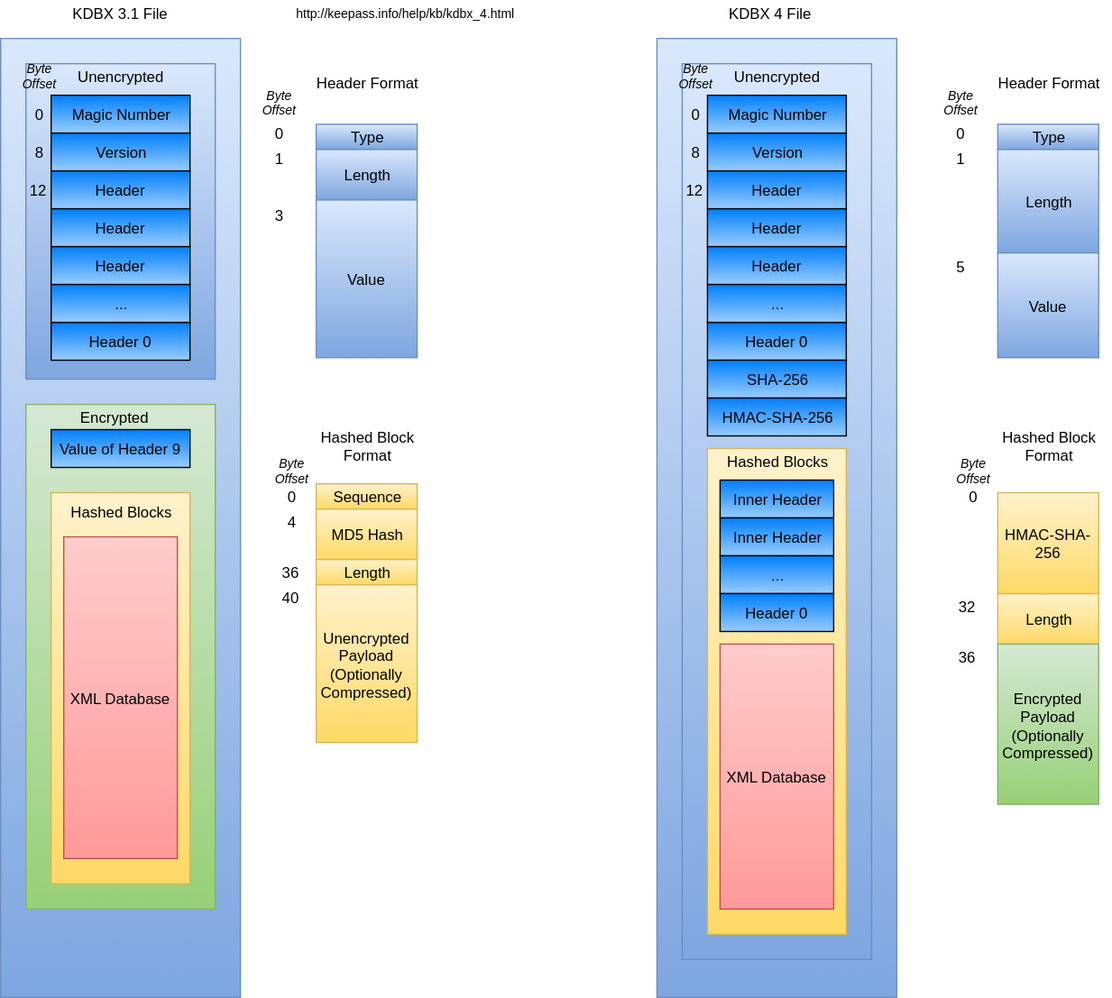
Earlier version of the draw.io export KdbxDiagram.svg (jorabin/KeePassJava2). Source tidied: cells renumbered, new cells last; positions are measured from the earlier drawing's top-left corner, leaving out a move shared by most shapes.
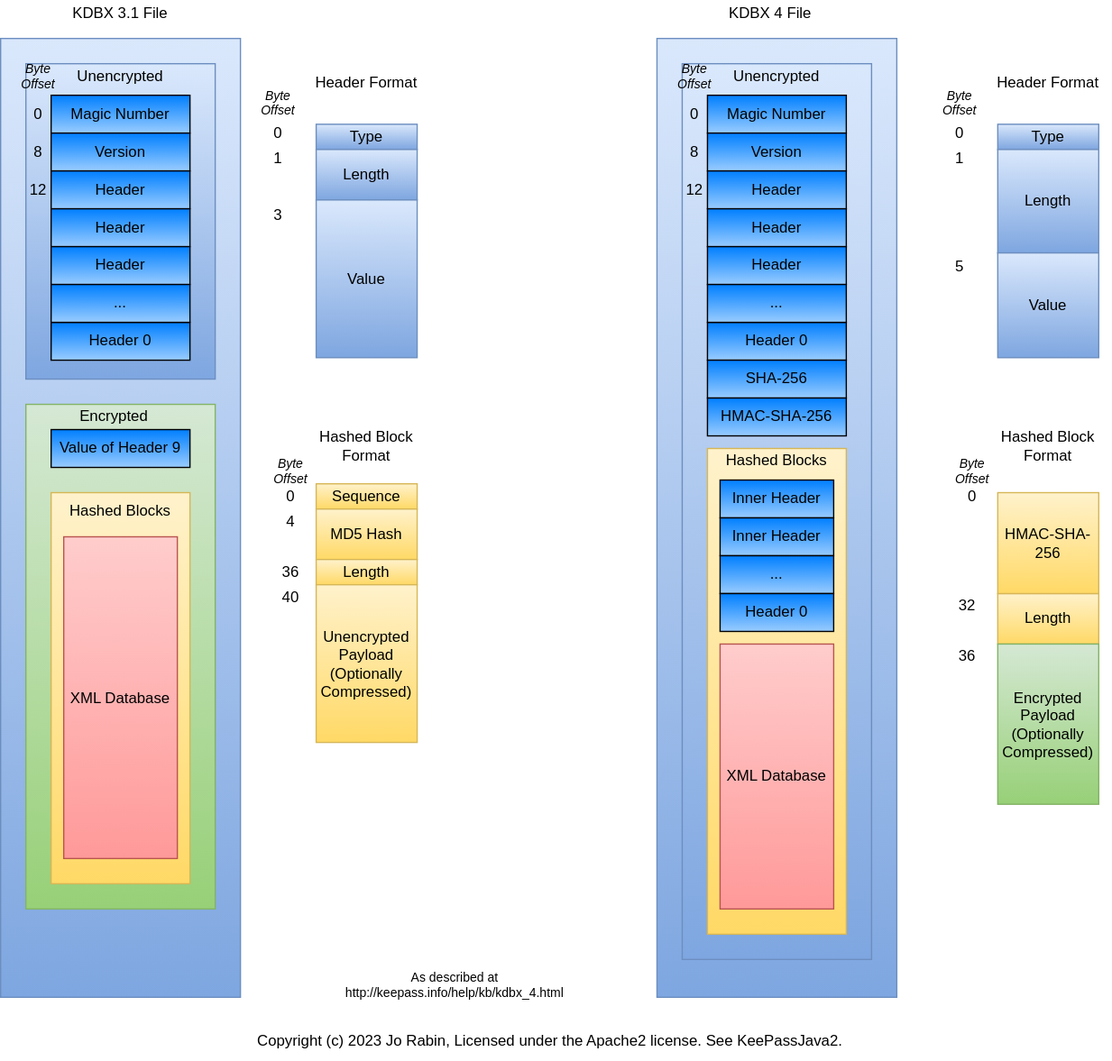
The same diagram one commit later.

Change to the diagram source:
```diff
@@ -206,8 +206,8 @@
     <mxCell id="69" value="KDBX 4 File" style="text;html=1;strokeColor=none;fillColor=none;align=center;verticalAlign=middle;whiteSpace=wrap;labelBackgroundColor=none;" parent="1" vertex="1">
       <mxGeometry x="560" width="100" height="20" as="geometry" />
     </mxCell>
-    <mxCell id="70" value="http://keepass.info/help/kb/kdbx_4.html" style="text;html=1;strokeColor=none;fillColor=none;align=center;verticalAlign=middle;whiteSpace=wrap;labelBackgroundColor=none;fontSize=10;" parent="1" vertex="1">
-      <mxGeometry x="230" width="180" height="20" as="geometry" />
+    <mxCell id="70" value="As described at &lt;a href=&quot;http://keepass.info/help/kb/kdbx_4.html&quot;&gt;http://keepass.info/help/kb/kdbx_4.html&lt;/a&gt;" style="text;html=1;strokeColor=none;fillColor=none;align=center;verticalAlign=middle;whiteSpace=wrap;labelBackgroundColor=none;fontSize=10;" parent="1" vertex="1">
+      <mxGeometry x="270" y="770" width="180" height="20" as="geometry" />
     </mxCell>
     <mxCell id="71" value="SHA-256" style="whiteSpace=wrap;html=1;labelBackgroundColor=none;fillColor=#007FFF;gradientColor=#99CCFF;align=center;" parent="1" vertex="1">
       <mxGeometry x="560" y="285" width="110" height="30" as="geometry" />
@@ -242,5 +242,8 @@
     <mxCell id="81" value="XML Database" style="whiteSpace=wrap;html=1;labelBackgroundColor=none;align=center;fillColor=#FFCCCC;strokeColor=#b85450;gradientColor=#FF9999;gradientDirection=south;" parent="1" vertex="1">
       <mxGeometry x="50" y="425" width="90" height="255" as="geometry" />
     </mxCell>
+    <mxCell id="82" value="Copyright (c) 2023 Jo Rabin, Licensed under the Apache2 license. See &lt;a href=&quot;https://github.com/jorabin/KeePassJava2&quot;&gt;KeePassJava2&lt;/a&gt;." style="text;html=1;align=center;verticalAlign=middle;strokeColor=none;fillColor=none;" parent="1" vertex="1">
+      <mxGeometry x="190" y="810" width="490" height="30" as="geometry" />
+    </mxCell>
   </root>
 </mxGraphModel>
```
